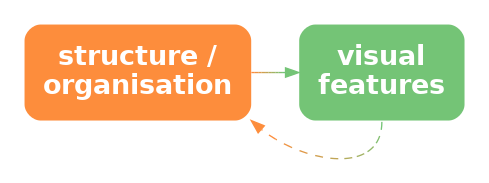
Earlier version of the Graphviz export Diagrams/org-vis-decode.png (pmur002/hdvw). Its source is kept beside it as Diagrams/org-vis-decode.dot. Its diagram source:
```dot
digraph {
  graph [ rankdir=LR; margin=.2; nodesep=.5 ];
  node [ fontsize=20; fontname="sans bold"; margin=.2 ];
  org [ label="structure /\norganisation"; shape=box; style="filled, rounded"; penwidth=0; fontcolor=white; fillcolor="#FD8D3C" ]
  vis [ label="visual\nfeatures"; shape=box;
     style="filled, rounded"; penwidth=0; fontcolor=white; fillcolor="#74C476" ]
  org -> vis [ color="#FD8D3C;0.1:#EE9342;0.1:#DF9949;0.1:#CF9F4F;0.1:#C0A556;0.1:#B1AC5C;0.1:#A2B263;0.1:#92B869;0.1:#83BE70;0.1:#74C476;0.1" ]
  vis:s -> org:se [ style="dashed", color="#74C476;0.1:#83BE70;0.1:#92B869;0.1:#A2B263;0.1:#B1AC5C;0.1:#C0A556;0.1:#CF9F4F;0.1:#DF9949;0.1:#EE9342;0.1:#FD8D3C;0.1" ]
}
```
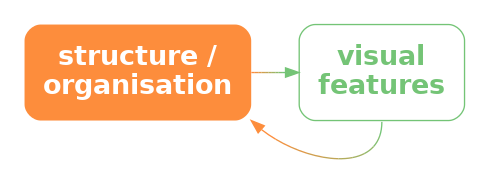
After the change.

Diff of the diagram source:
```diff
@@ -3,7 +3,7 @@
   node [ fontsize=20; fontname="sans bold"; margin=.2 ];
   org [ label="structure /\norganisation"; shape=box; style="filled, rounded"; penwidth=0; fontcolor=white; fillcolor="#FD8D3C" ]
   vis [ label="visual\nfeatures"; shape=box;
-     style="filled, rounded"; penwidth=0; fontcolor=white; fillcolor="#74C476" ]
-  org -> vis [ color="#FD8D3C;0.1:#EE9342;0.1:#DF9949;0.1:#CF9F4F;0.1:#C0A556;0.1:#B1AC5C;0.1:#A2B263;0.1:#92B869;0.1:#83BE70;0.1:#74C476;0.1" ]
-  vis:s -> org:se [ style="dashed", color="#74C476;0.1:#83BE70;0.1:#92B869;0.1:#A2B263;0.1:#B1AC5C;0.1:#C0A556;0.1:#CF9F4F;0.1:#DF9949;0.1:#EE9342;0.1:#FD8D3C;0.1" ]
+     style="rounded"; color="#74C476"; fontcolor="#74C476" ]
+  org -> vis [ style="bold"; penwidth=1; color="#FD8D3C;0.1:#EE9342;0.1:#DF9949;0.1:#CF9F4F;0.1:#C0A556;0.1:#B1AC5C;0.1:#A2B263;0.1:#92B869;0.1:#83BE70;0.1:#74C476;0.1" ]
+  vis:s -> org:se [ style="solid", color="#74C476;0.1:#83BE70;0.1:#92B869;0.1:#A2B263;0.1:#B1AC5C;0.1:#C0A556;0.1:#CF9F4F;0.1:#DF9949;0.1:#EE9342;0.1:#FD8D3C;0.1" ]
 }
```
